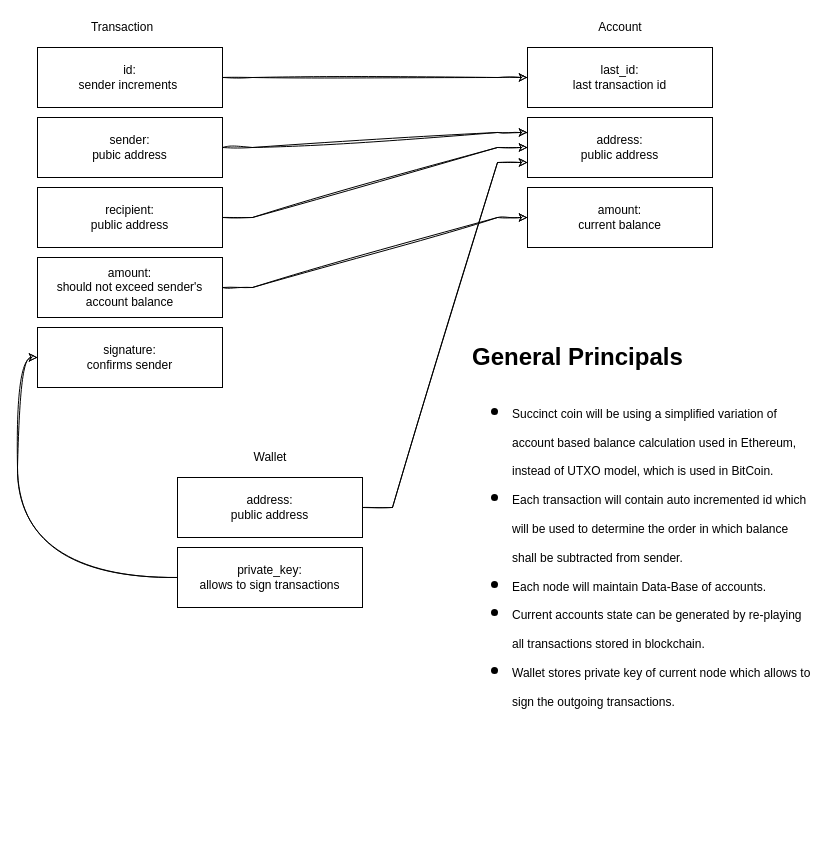
This is docs/Transaction Structure Diagram.drawio from echowaves/succinctcoin, a draw.io file, before an edit. Source tidied: cells renumbered, new cells numbered last; positions are measured from the earlier drawing's top-left corner, leaving out a move shared by most shapes. Both pictures are drawn from the tidied source at 100%, with x=0, y=0 at pixel (37, 17).
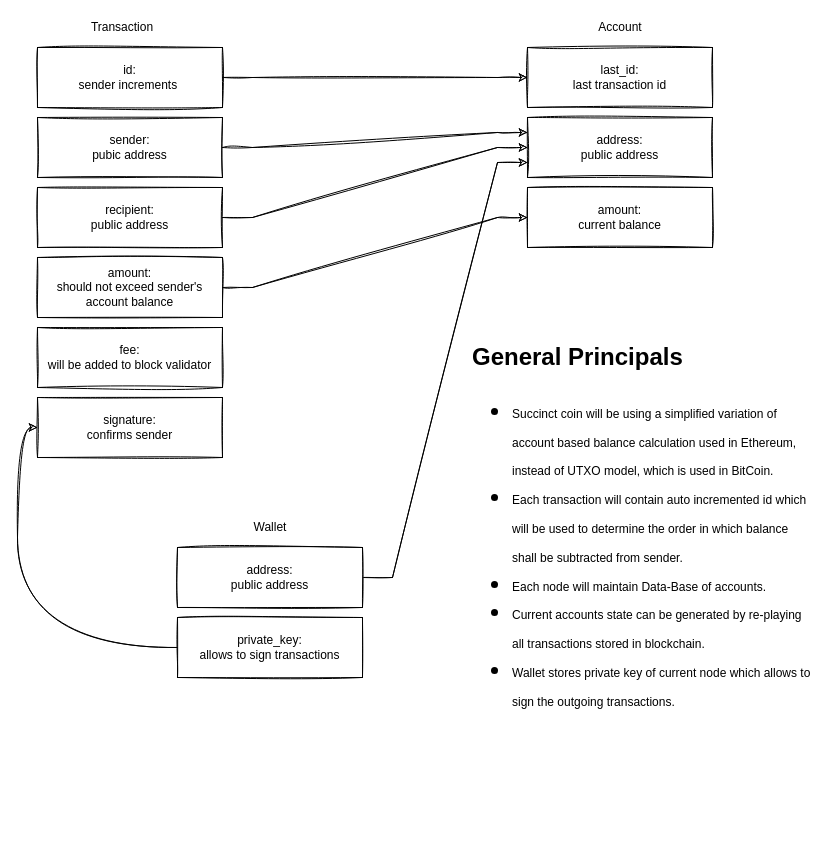
Above is the later version.

The edit, as a diff of the source:
```diff
@@
-    <mxCell id="3" value="sender:&lt;br&gt;pubic address" style="rounded=0;whiteSpace=wrap;html=1;" parent="1" vertex="1">
+    <mxCell id="3" value="sender:&lt;br&gt;pubic address" style="rounded=0;whiteSpace=wrap;html=1;sketch=1;" parent="1" vertex="1">
       <mxGeometry y="100" width="185" height="60" as="geometry" />
     </mxCell>
@@
-    <mxCell id="5" value="recipient:&lt;br&gt;public address" style="rounded=0;whiteSpace=wrap;html=1;" parent="1" vertex="1">
+    <mxCell id="5" value="recipient:&lt;br&gt;public address" style="rounded=0;whiteSpace=wrap;html=1;sketch=1;" parent="1" vertex="1">
       <mxGeometry y="170" width="185" height="60" as="geometry" />
     </mxCell>
@@
-    <mxCell id="7" value="amount:&lt;br&gt;should not exceed sender's account balance" style="rounded=0;whiteSpace=wrap;html=1;" parent="1" vertex="1">
+    <mxCell id="7" value="amount:&lt;br&gt;should not exceed sender's account balance" style="rounded=0;whiteSpace=wrap;html=1;sketch=1;" parent="1" vertex="1">
       <mxGeometry y="240" width="185" height="60" as="geometry" />
     </mxCell>
@@
-    <mxCell id="9" value="id:&lt;br&gt;sender increments&amp;nbsp;" style="rounded=0;whiteSpace=wrap;html=1;" parent="1" vertex="1">
+    <mxCell id="9" value="id:&lt;br&gt;sender increments&amp;nbsp;" style="rounded=0;whiteSpace=wrap;html=1;sketch=1;" parent="1" vertex="1">
       <mxGeometry y="30" width="185" height="60" as="geometry" />
     </mxCell>
-    <mxCell id="10" value="signature:&lt;br&gt;confirms sender" style="rounded=0;whiteSpace=wrap;html=1;" parent="1" vertex="1">
-      <mxGeometry y="310" width="185" height="60" as="geometry" />
+    <mxCell id="10" value="signature:&lt;br&gt;confirms sender" style="rounded=0;whiteSpace=wrap;html=1;sketch=1;" parent="1" vertex="1">
+      <mxGeometry y="380" width="185" height="60" as="geometry" />
     </mxCell>
-    <mxCell id="11" value="Transaction" style="text;html=1;strokeColor=none;fillColor=none;align=center;verticalAlign=middle;whiteSpace=wrap;rounded=0;" parent="1" vertex="1">
+    <mxCell id="11" value="Transaction" style="text;html=1;strokeColor=none;fillColor=none;align=center;verticalAlign=middle;whiteSpace=wrap;rounded=0;sketch=1;" parent="1" vertex="1">
       <mxGeometry x="65" width="40" height="20" as="geometry" />
     </mxCell>
-    <mxCell id="12" value="Account" style="text;html=1;strokeColor=none;fillColor=none;align=center;verticalAlign=middle;whiteSpace=wrap;rounded=0;" parent="1" vertex="1">
+    <mxCell id="12" value="Account" style="text;html=1;strokeColor=none;fillColor=none;align=center;verticalAlign=middle;whiteSpace=wrap;rounded=0;sketch=1;" parent="1" vertex="1">
       <mxGeometry x="562.5" width="40" height="20" as="geometry" />
     </mxCell>
-    <mxCell id="13" value="address:&lt;br&gt;public address" style="rounded=0;whiteSpace=wrap;html=1;" parent="1" vertex="1">
+    <mxCell id="13" value="address:&lt;br&gt;public address" style="rounded=0;whiteSpace=wrap;html=1;sketch=1;" parent="1" vertex="1">
       <mxGeometry x="490" y="100" width="185" height="60" as="geometry" />
     </mxCell>
-    <mxCell id="14" value="amount:&lt;br&gt;current balance" style="rounded=0;whiteSpace=wrap;html=1;" parent="1" vertex="1">
+    <mxCell id="14" value="amount:&lt;br&gt;current balance" style="rounded=0;whiteSpace=wrap;html=1;sketch=1;" parent="1" vertex="1">
       <mxGeometry x="490" y="170" width="185" height="60" as="geometry" />
     </mxCell>
-    <mxCell id="15" value="last_id:&lt;br&gt;last transaction id" style="rounded=0;whiteSpace=wrap;html=1;" parent="1" vertex="1">
+    <mxCell id="15" value="last_id:&lt;br&gt;last transaction id" style="rounded=0;whiteSpace=wrap;html=1;sketch=1;" parent="1" vertex="1">
       <mxGeometry x="490" y="30" width="185" height="60" as="geometry" />
     </mxCell>
-    <mxCell id="16" value="Wallet" style="text;html=1;strokeColor=none;fillColor=none;align=center;verticalAlign=middle;whiteSpace=wrap;rounded=0;" parent="1" vertex="1">
-      <mxGeometry x="212.5" y="430" width="40" height="20" as="geometry" />
+    <mxCell id="16" value="Wallet" style="text;html=1;strokeColor=none;fillColor=none;align=center;verticalAlign=middle;whiteSpace=wrap;rounded=0;sketch=1;" parent="1" vertex="1">
+      <mxGeometry x="212.5" y="500" width="40" height="20" as="geometry" />
     </mxCell>
@@
-    <mxCell id="18" value="address:&lt;br&gt;public address" style="rounded=0;whiteSpace=wrap;html=1;" parent="1" vertex="1">
-      <mxGeometry x="140" y="460" width="185" height="60" as="geometry" />
+    <mxCell id="18" value="address:&lt;br&gt;public address" style="rounded=0;whiteSpace=wrap;html=1;sketch=1;" parent="1" vertex="1">
+      <mxGeometry x="140" y="530" width="185" height="60" as="geometry" />
     </mxCell>
@@
-    <mxCell id="20" value="private_key:&lt;br&gt;allows to sign transactions" style="rounded=0;whiteSpace=wrap;html=1;" parent="1" vertex="1">
-      <mxGeometry x="140" y="530" width="185" height="60" as="geometry" />
+    <mxCell id="20" value="private_key:&lt;br&gt;allows to sign transactions" style="rounded=0;whiteSpace=wrap;html=1;sketch=1;" parent="1" vertex="1">
+      <mxGeometry x="140" y="600" width="185" height="60" as="geometry" />
     </mxCell>
-    <mxCell id="21" value="&lt;h1&gt;&lt;span&gt;General Principals&lt;/span&gt;&lt;/h1&gt;&lt;h1&gt;&lt;ul&gt;&lt;li&gt;&lt;span style=&quot;font-size: 12px ; font-weight: 400&quot;&gt;Succinct coin will be using a simplified variation of account based balance calculation used in Ethereum, instead of UTXO model, which is used in BitCoin.&lt;/span&gt;&lt;/li&gt;&lt;li&gt;&lt;span style=&quot;font-size: 12px ; font-weight: 400&quot;&gt;Each transaction will contain auto incremented id which will be used to determine the order in which balance shall be subtracted&amp;nbsp;from&amp;nbsp;sender.&lt;/span&gt;&lt;/li&gt;&lt;li&gt;&lt;span style=&quot;font-size: 12px ; font-weight: 400&quot;&gt;Each node will maintain Data-Base of accounts.&lt;/span&gt;&lt;/li&gt;&lt;li&gt;&lt;span style=&quot;font-size: 12px ; font-weight: 400&quot;&gt;Current accounts state can be generated by re-playing all transactions stored in blockchain.&lt;/span&gt;&lt;/li&gt;&lt;li&gt;&lt;span style=&quot;font-size: 12px ; font-weight: 400&quot;&gt;Wallet stores private key of current node which allows to sign the outgoing transactions.&lt;/span&gt;&lt;/li&gt;&lt;/ul&gt;&lt;/h1&gt;" style="text;html=1;strokeColor=none;fillColor=none;spacing=5;spacingTop=-20;whiteSpace=wrap;overflow=hidden;rounded=0;" parent="1" vertex="1">
+    <mxCell id="21" value="&lt;h1&gt;&lt;span&gt;General Principals&lt;/span&gt;&lt;/h1&gt;&lt;h1&gt;&lt;ul&gt;&lt;li&gt;&lt;span style=&quot;font-size: 12px ; font-weight: 400&quot;&gt;Succinct coin will be using a simplified variation of account based balance calculation used in Ethereum, instead of UTXO model, which is used in BitCoin.&lt;/span&gt;&lt;/li&gt;&lt;li&gt;&lt;span style=&quot;font-size: 12px ; font-weight: 400&quot;&gt;Each transaction will contain auto incremented id which will be used to determine the order in which balance shall be subtracted&amp;nbsp;from&amp;nbsp;sender.&lt;/span&gt;&lt;/li&gt;&lt;li&gt;&lt;span style=&quot;font-size: 12px ; font-weight: 400&quot;&gt;Each node will maintain Data-Base of accounts.&lt;/span&gt;&lt;/li&gt;&lt;li&gt;&lt;span style=&quot;font-size: 12px ; font-weight: 400&quot;&gt;Current accounts state can be generated by re-playing all transactions stored in blockchain.&lt;/span&gt;&lt;/li&gt;&lt;li&gt;&lt;span style=&quot;font-size: 12px ; font-weight: 400&quot;&gt;Wallet stores private key of current node which allows to sign the outgoing transactions.&lt;/span&gt;&lt;/li&gt;&lt;/ul&gt;&lt;/h1&gt;" style="text;html=1;strokeColor=none;fillColor=none;spacing=5;spacingTop=-20;whiteSpace=wrap;overflow=hidden;rounded=0;sketch=1;" parent="1" vertex="1">
       <mxGeometry x="430" y="320" width="350" height="500" as="geometry" />
     </mxCell>
+    <mxCell id="22" value="fee:&lt;br&gt;will be added to block validator" style="rounded=0;whiteSpace=wrap;html=1;sketch=1;" parent="1" vertex="1">
+      <mxGeometry y="310" width="185" height="60" as="geometry" />
+    </mxCell>
```
